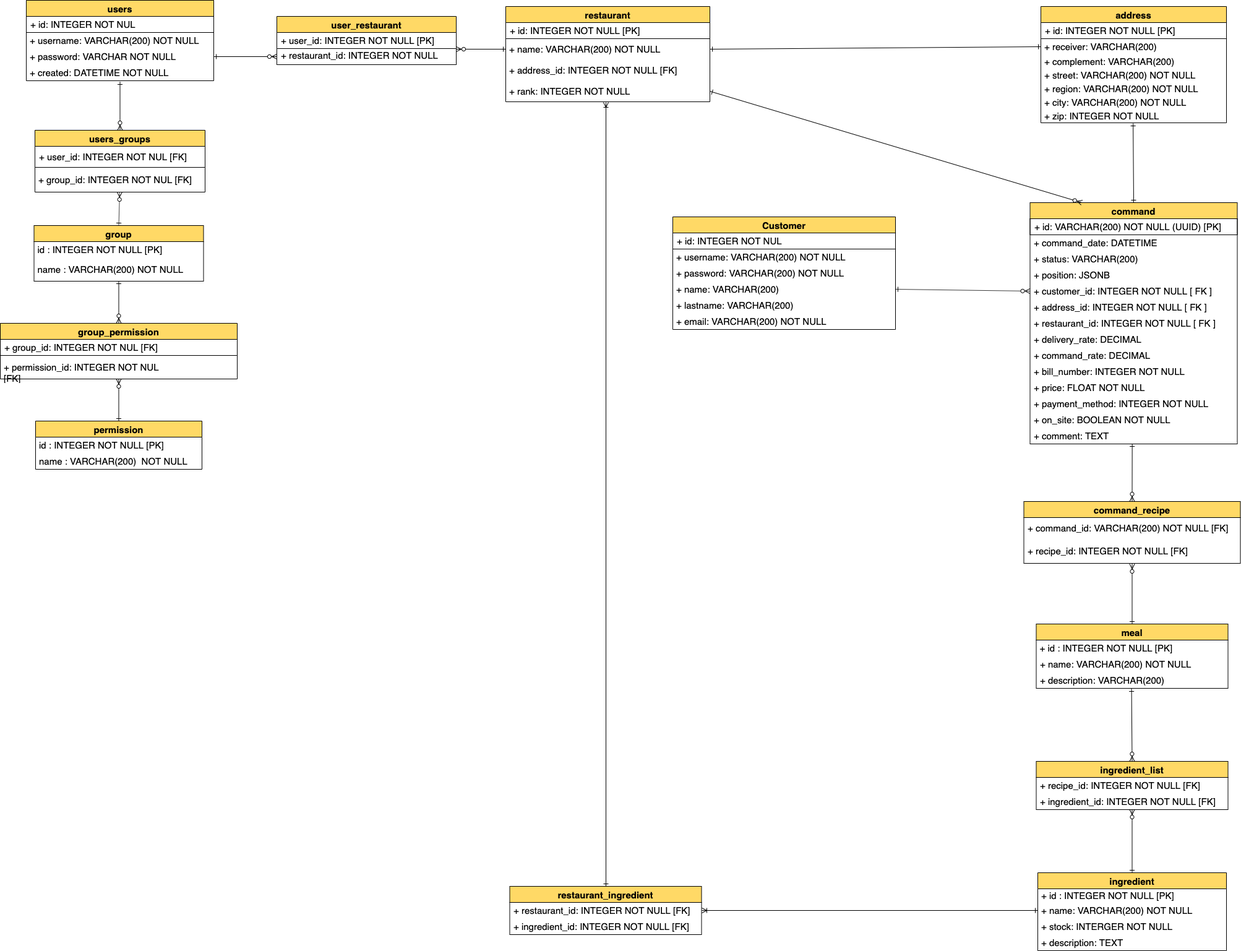
The draw.io diagram docs/physical data model/physical data model pizzeria.png in ritchy7/cosotespi, before a commit. Source tidied: cells renumbered, new cells last; positions are measured from the earlier drawing's top-left corner, leaving out a move shared by most shapes.
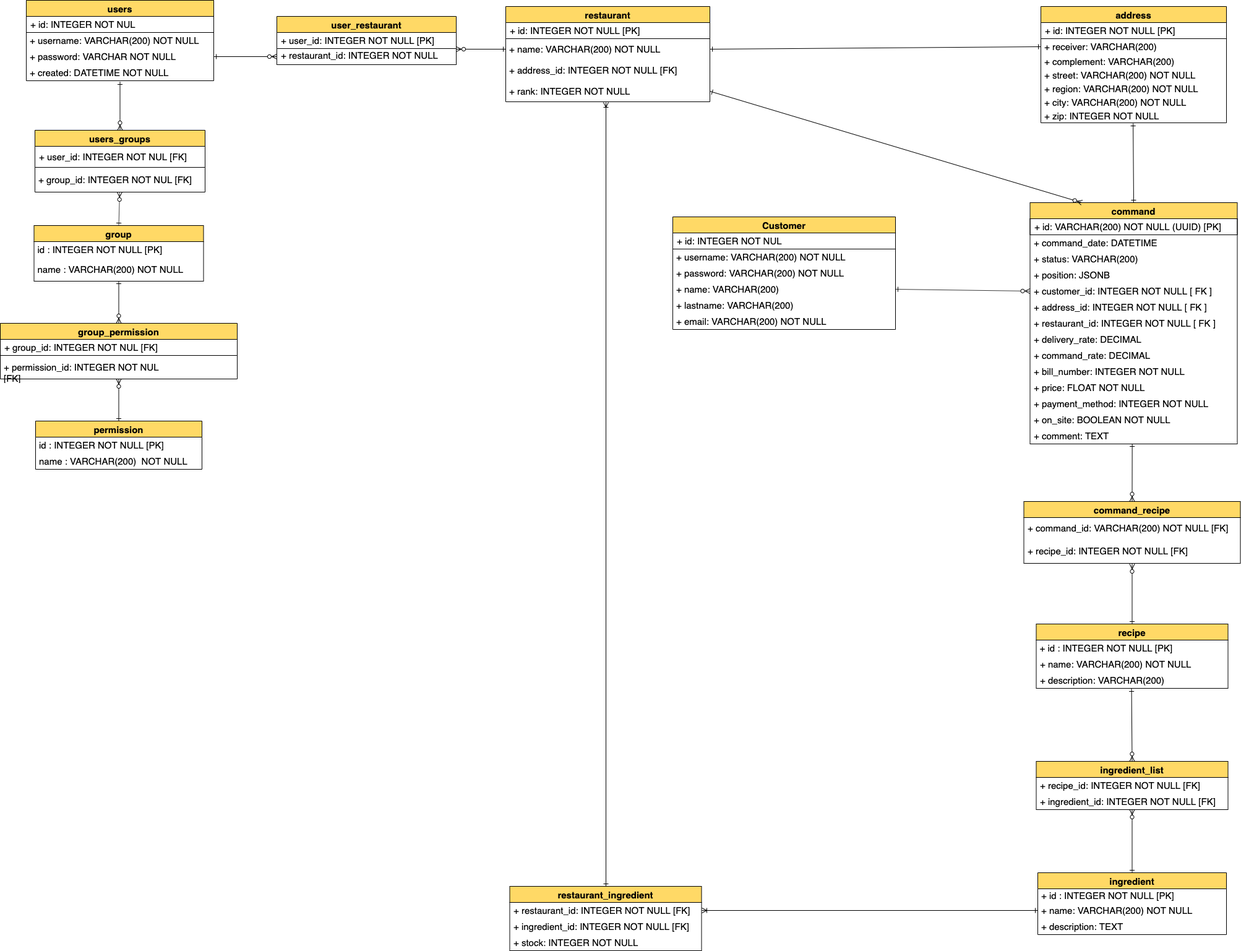
After the commit.

Commit message:
modify(diagrams): stock put in association table

What changed in the source:
```diff
@@ -104,7 +104,7 @@
     <mxCell id="35" value="+ recipe_id: INTEGER NOT NULL [FK]" style="text;html=1;strokeColor=none;fillColor=none;align=left;verticalAlign=middle;spacingLeft=4;spacingRight=4;whiteSpace=wrap;overflow=hidden;points=[[0,0.5],[1,0.5]];portConstraint=eastwest;fontSize=15;" parent="33" vertex="1">
       <mxGeometry y="60" width="350" height="40" as="geometry" />
     </mxCell>
-    <mxCell id="36" value="meal" style="swimlane;fontStyle=1;horizontal=1;startSize=26;fillColor=#FFD966;swimlaneFillColor=#ffffff;align=center;fontSize=15;strokeColor=#000000;verticalAlign=middle;" parent="1" vertex="1">
+    <mxCell id="36" value="recipe" style="swimlane;fontStyle=1;horizontal=1;startSize=26;fillColor=#FFD966;swimlaneFillColor=#ffffff;align=center;fontSize=15;strokeColor=#000000;verticalAlign=middle;" parent="1" vertex="1">
       <mxGeometry x="1674.5" y="1008" width="310" height="104" as="geometry" />
     </mxCell>
     <mxCell id="37" value="+ id : INTEGER NOT NULL [PK]" style="text;strokeColor=none;fillColor=none;spacingLeft=4;spacingRight=4;overflow=hidden;fontSize=15;verticalAlign=middle;" parent="36" vertex="1">
@@ -126,7 +126,7 @@
       <mxGeometry y="52" width="310" height="26" as="geometry" />
     </mxCell>
     <mxCell id="43" value="ingredient" style="swimlane;fontStyle=1;horizontal=1;startSize=26;fillColor=#FFD966;swimlaneFillColor=#ffffff;align=center;fontSize=15;strokeColor=#000000;verticalAlign=middle;" parent="1" vertex="1">
-      <mxGeometry x="1677" y="1410" width="305" height="126" as="geometry" />
+      <mxGeometry x="1677" y="1410" width="305" height="100" as="geometry" />
     </mxCell>
     <mxCell id="44" value="+ id : INTEGER NOT NULL [PK]" style="text;strokeColor=none;fillColor=none;spacingLeft=4;spacingRight=4;overflow=hidden;fontSize=15;verticalAlign=middle;" parent="43" vertex="1">
       <mxGeometry y="26" width="305" height="22" as="geometry" />
@@ -134,11 +134,8 @@
     <mxCell id="45" value="+ name: VARCHAR(200)&amp;nbsp;NOT NULL" style="text;html=1;strokeColor=none;fillColor=none;align=left;verticalAlign=middle;spacingLeft=4;spacingRight=4;whiteSpace=wrap;overflow=hidden;points=[[0,0.5],[1,0.5]];portConstraint=eastwest;fontSize=15;" parent="43" vertex="1">
       <mxGeometry y="48" width="305" height="26" as="geometry" />
     </mxCell>
-    <mxCell id="46" value="+ stock: INTERGER NOT NULL" style="text;html=1;strokeColor=none;fillColor=none;align=left;verticalAlign=middle;spacingLeft=4;spacingRight=4;whiteSpace=wrap;overflow=hidden;fontSize=15;" parent="43" vertex="1">
-      <mxGeometry y="74" width="305" height="26" as="geometry" />
-    </mxCell>
     <mxCell id="47" value="+ description: TEXT" style="text;html=1;strokeColor=none;fillColor=none;align=left;verticalAlign=middle;spacingLeft=4;spacingRight=4;whiteSpace=wrap;overflow=hidden;fontSize=15;" parent="43" vertex="1">
-      <mxGeometry y="100" width="305" height="26" as="geometry" />
+      <mxGeometry y="74" width="305" height="26" as="geometry" />
     </mxCell>
     <mxCell id="48" value="command" style="swimlane;fontStyle=1;horizontal=1;startSize=26;fillColor=#FFD966;swimlaneFillColor=#ffffff;align=center;fontSize=15;strokeColor=#000000;verticalAlign=middle;spacing=2;" parent="1" vertex="1">
       <mxGeometry x="1664.5" y="327" width="335" height="390" as="geometry" />
@@ -261,7 +258,7 @@
       <mxGeometry relative="1" as="geometry" />
     </mxCell>
     <mxCell id="88" value="restaurant_ingredient" style="swimlane;fontStyle=1;horizontal=1;startSize=26;fillColor=#FFD966;swimlaneFillColor=#ffffff;align=center;fontSize=15;strokeColor=#000000;verticalAlign=middle;" parent="1" vertex="1">
-      <mxGeometry x="823.5" y="1432" width="310" height="78" as="geometry" />
+      <mxGeometry x="823.5" y="1432" width="310" height="104" as="geometry" />
     </mxCell>
     <mxCell id="89" value="+ restaurant_id: INTEGER NOT NULL [FK]" style="text;html=1;strokeColor=none;fillColor=none;align=left;verticalAlign=middle;spacingLeft=4;spacingRight=4;whiteSpace=wrap;overflow=hidden;points=[[0,0.5],[1,0.5]];portConstraint=eastwest;fontSize=15;" parent="88" vertex="1">
       <mxGeometry y="26" width="310" height="26" as="geometry" />
@@ -269,6 +266,9 @@
     <mxCell id="90" value="+ ingredient_id: INTEGER NOT NULL [FK]" style="text;html=1;strokeColor=none;fillColor=none;align=left;verticalAlign=middle;spacingLeft=4;spacingRight=4;whiteSpace=wrap;overflow=hidden;fontSize=15;" parent="88" vertex="1">
       <mxGeometry y="52" width="310" height="26" as="geometry" />
     </mxCell>
+    <mxCell id="92" value="+ stock: INTEGER NOT NULL" style="text;html=1;strokeColor=none;fillColor=none;align=left;verticalAlign=middle;spacingLeft=4;spacingRight=4;whiteSpace=wrap;overflow=hidden;fontSize=15;" parent="88" vertex="1">
+      <mxGeometry y="78" width="310" height="26" as="geometry" />
+    </mxCell>
     <mxCell id="91" style="edgeStyle=orthogonalEdgeStyle;rounded=0;jettySize=auto;html=1;exitX=1;exitY=0.5;exitDx=0;exitDy=0;fontSize=15;endArrow=ERone;endFill=0;startArrow=ERoneToMany;startFill=0;entryX=0;entryY=0.5;entryDx=0;entryDy=0;align=center;fontStyle=0;verticalAlign=middle;" parent="1" edge="1" source="89" target="45">
       <mxGeometry relative="1" as="geometry" />
     </mxCell>
```
